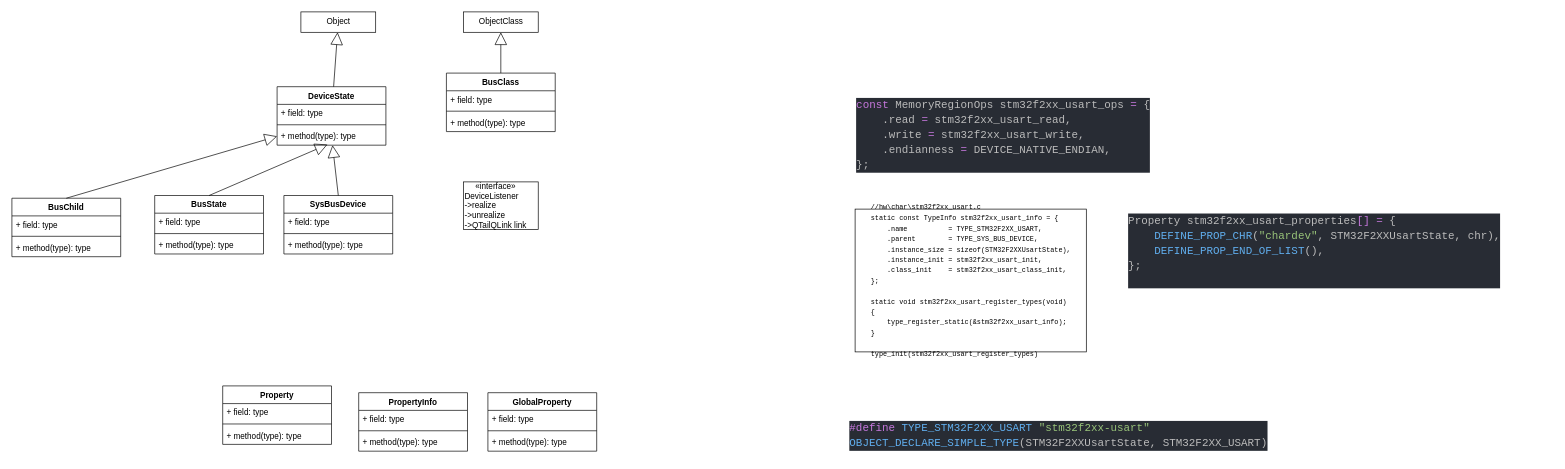
This is QOM-DEV-UART.drawio from youtubezou/A-thinking-in-linux, a draw.io file, before an edit. Source tidied: cells renumbered, new cells numbered last; positions are measured from the earlier drawing's top-left corner, leaving out a move shared by most shapes. Both pictures are drawn from the tidied source at 68%, with x=0, y=0 at pixel (12, 12).
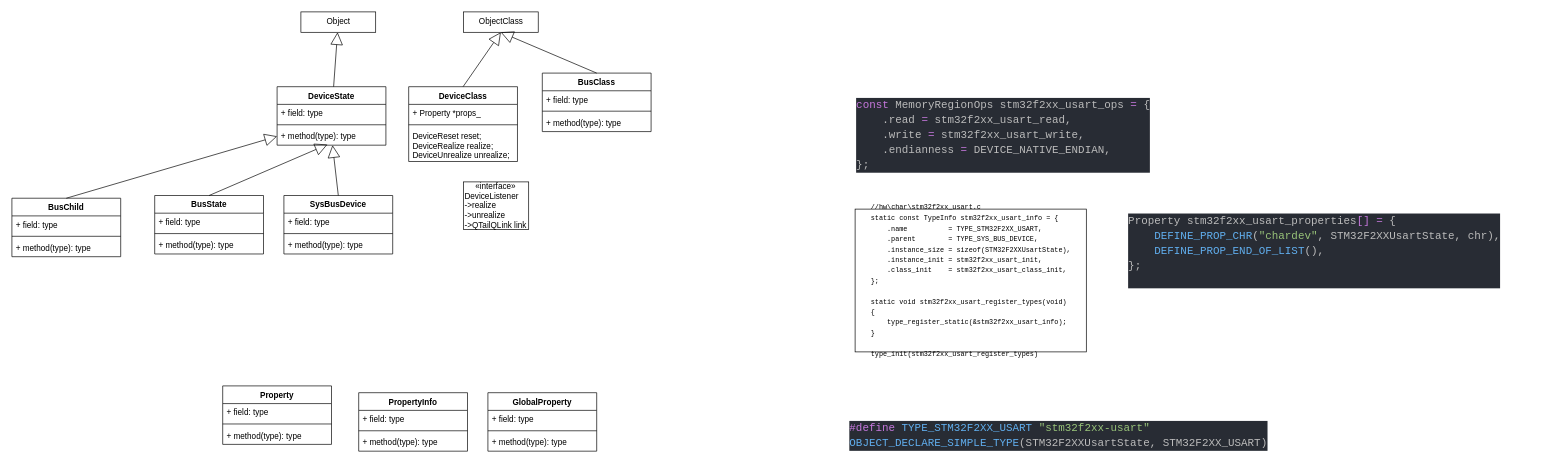
After the change.

Unchanged cells that the change refers to:
```xml
<mxCell id="44" value="ObjectClass" style="html=1;rounded=0;fontColor=#000000;strokeColor=default;fillColor=none;gradientColor=#ffffff;" parent="1" vertex="1">
  <mxGeometry x="664" width="110" height="30" as="geometry" />
</mxCell>
```

The edit, as a diff of the source:
```diff
@@
     <mxCell id="40" value="BusClass" style="swimlane;fontStyle=1;align=center;verticalAlign=top;horizontal=1;startSize=26;rounded=0;fontColor=#000000;strokeColor=default;fillColor=none;gradientColor=#ffffff;" parent="1" vertex="1">
-      <mxGeometry x="639" y="90" width="160" height="86" as="geometry" />
+      <mxGeometry x="780" y="90" width="160" height="86" as="geometry" />
     </mxCell>
@@
     <mxCell id="46" value="&lt;div style=&quot;text-align: center&quot;&gt;&lt;span&gt;«interface»&lt;/span&gt;&lt;/div&gt;&lt;div&gt;&lt;span&gt;DeviceListener&lt;/span&gt;&lt;/div&gt;&lt;div&gt;&lt;span&gt;-&amp;gt;realize&lt;/span&gt;&lt;/div&gt;&lt;div&gt;&lt;span&gt;-&amp;gt;unrealize&lt;/span&gt;&lt;/div&gt;&lt;div&gt;&lt;span&gt;-&amp;gt;QTailQLink link&lt;/span&gt;&lt;/div&gt;" style="html=1;rounded=0;fontColor=#000000;strokeColor=default;fillColor=none;gradientColor=#ffffff;fontStyle=0;align=left;" parent="1" vertex="1">
-      <mxGeometry x="664" y="250" width="110" height="70" as="geometry" />
+      <mxGeometry x="664" y="250" width="96" height="70" as="geometry" />
     </mxCell>
+    <mxCell id="47" value="DeviceClass" style="swimlane;fontStyle=1;align=center;verticalAlign=top;horizontal=1;startSize=26;rounded=0;fontColor=#000000;strokeColor=default;fillColor=none;gradientColor=#ffffff;" parent="1" vertex="1">
+      <mxGeometry x="583.5" y="110" width="160" height="110" as="geometry" />
+    </mxCell>
+    <mxCell id="48" value="+ Property *props_" style="text;strokeColor=none;fillColor=none;align=left;verticalAlign=top;spacingLeft=4;spacingRight=4;overflow=hidden;rounded=0;fontColor=#000000;" parent="47" vertex="1">
+      <mxGeometry y="26" width="160" height="26" as="geometry" />
+    </mxCell>
+    <mxCell id="49" style="line;strokeWidth=1;fillColor=none;align=left;verticalAlign=middle;spacingTop=-1;spacingLeft=3;spacingRight=3;labelPosition=right;rounded=0;fontColor=#000000;" parent="47" vertex="1">
+      <mxGeometry y="52" width="160" height="8" as="geometry" />
+    </mxCell>
+    <mxCell id="50" value="DeviceReset reset;&#10;DeviceRealize realize;&#10;DeviceUnrealize unrealize;" style="text;strokeColor=none;fillColor=none;align=left;verticalAlign=top;spacingLeft=4;spacingRight=4;overflow=hidden;rounded=0;fontColor=#000000;" parent="47" vertex="1">
+      <mxGeometry y="60" width="160" height="50" as="geometry" />
+    </mxCell>
+    <mxCell id="51" style="endArrow=block;endSize=16;endFill=0;html=1;rounded=0;fontColor=#000000;exitX=0.5;exitY=0;exitDx=0;exitDy=0;entryX=0.5;entryY=1;entryDx=0;entryDy=0;" parent="1" edge="1" source="47" target="44">
+      <mxGeometry relative="1" as="geometry" />
+    </mxCell>
```
